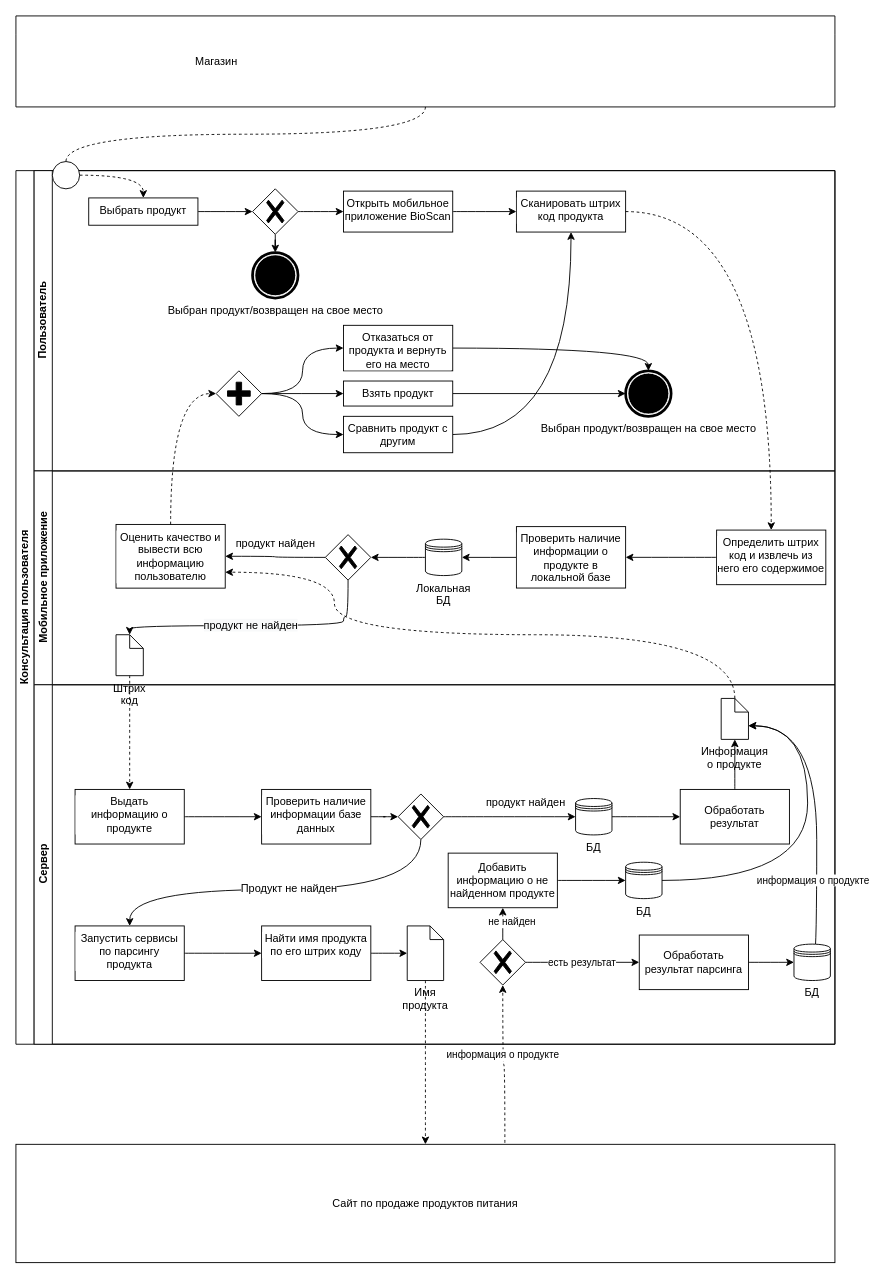
This is 4_course/МиСПИС/BPMN.drawio from tedmon1998/ISiT, a draw.io file, before an edit. Source tidied: cells renumbered, new cells numbered last; positions are measured from the earlier drawing's top-left corner, leaving out a move shared by most shapes. Both pictures are drawn from the tidied source at 91%, with x=0, y=0 at pixel (15, 15).
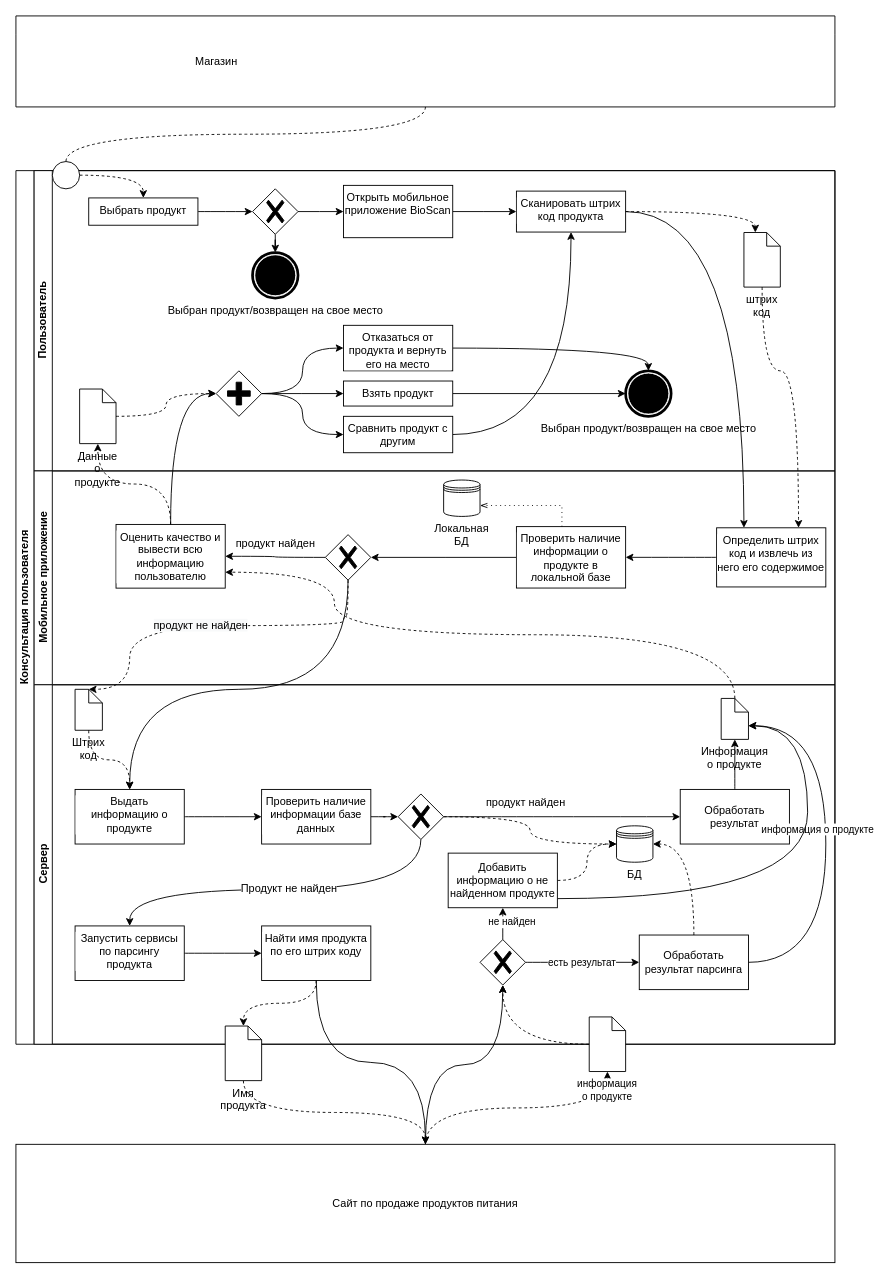
Above is the later version.

Unchanged cells that the change refers to:
```xml
<mxCell id="2" value="Консультация пользователя" style="swimlane;html=1;horizontal=0;startSize=20;whiteSpace=wrap;" parent="1" vertex="1">
  <mxGeometry y="170" width="900" height="960" as="geometry" />
</mxCell>
<mxCell id="3" value="Пользователь" style="swimlane;html=1;startSize=20;horizontal=0;" parent="2" vertex="1">
  <mxGeometry x="20" width="880" height="330" as="geometry" />
</mxCell>
<mxCell id="11" value="Сканировать штрих код продукта" style="whiteSpace=wrap;html=1;verticalAlign=top;labelBackgroundColor=#ffffff;" parent="3" vertex="1">
  <mxGeometry x="530" y="22.5" width="120" height="45" as="geometry" />
</mxCell>
<mxCell id="16" style="points=[[0.25,0.25,0],[0.5,0,0],[0.75,0.25,0],[1,0.5,0],[0.75,0.75,0],[0.5,1,0],[0.25,0.75,0],[0,0.5,0]];shape=mxgraph.bpmn.gateway2;html=1;verticalLabelPosition=bottom;labelBackgroundColor=#ffffff;verticalAlign=top;align=center;perimeter=rhombusPerimeter;outlineConnect=0;outline=none;symbol=none;gwType=parallel;" parent="3" vertex="1">
  <mxGeometry x="200" y="220" width="50" height="50" as="geometry" />
</mxCell>
<mxCell id="24" value="Мобильное приложение" style="swimlane;html=1;startSize=20;horizontal=0;" parent="2" vertex="1">
  <mxGeometry x="20" y="330" width="880" height="235" as="geometry" />
</mxCell>
<mxCell id="28" value="Проверить наличие информации о продукте в локальной базе" style="whiteSpace=wrap;html=1;verticalAlign=top;labelBackgroundColor=#ffffff;" parent="24" vertex="1">
  <mxGeometry x="530" y="61.2" width="120" height="67.5" as="geometry" />
</mxCell>
<mxCell id="32" style="points=[[0.25,0.25,0],[0.5,0,0],[0.75,0.25,0],[1,0.5,0],[0.75,0.75,0],[0.5,1,0],[0.25,0.75,0],[0,0.5,0]];shape=mxgraph.bpmn.gateway2;html=1;verticalLabelPosition=bottom;labelBackgroundColor=#ffffff;verticalAlign=top;align=center;perimeter=rhombusPerimeter;outlineConnect=0;outline=none;symbol=none;gwType=exclusive;" parent="24" vertex="1">
  <mxGeometry x="320" y="70" width="50" height="50" as="geometry" />
</mxCell>
<mxCell id="33" value="Оценить качество и вывести всю информацию пользователю" style="whiteSpace=wrap;html=1;verticalAlign=top;labelBackgroundColor=#ffffff;" parent="24" vertex="1">
  <mxGeometry x="90" y="58.8" width="120" height="70" as="geometry" />
</mxCell>
<mxCell id="42" value="Сервер" style="swimlane;html=1;startSize=20;horizontal=0;" parent="2" vertex="1">
  <mxGeometry x="20" y="565" width="880" height="395" as="geometry" />
</mxCell>
<mxCell id="44" value="Выдать информацию о продукте" style="whiteSpace=wrap;html=1;verticalAlign=top;labelBackgroundColor=#ffffff;" parent="42" vertex="1">
  <mxGeometry x="45" y="115" width="120" height="60" as="geometry" />
</mxCell>
<mxCell id="50" style="points=[[0.25,0.25,0],[0.5,0,0],[0.75,0.25,0],[1,0.5,0],[0.75,0.75,0],[0.5,1,0],[0.25,0.75,0],[0,0.5,0]];shape=mxgraph.bpmn.gateway2;html=1;verticalLabelPosition=bottom;labelBackgroundColor=#ffffff;verticalAlign=top;align=center;perimeter=rhombusPerimeter;outlineConnect=0;outline=none;symbol=none;gwType=exclusive;" parent="42" vertex="1">
  <mxGeometry x="400" y="120" width="50" height="50" as="geometry" />
</mxCell>
<mxCell id="53" value="Обработать результат" style="whiteSpace=wrap;html=1;" parent="42" vertex="1">
  <mxGeometry x="710" y="115" width="120" height="60" as="geometry" />
</mxCell>
<mxCell id="55" value="Информация о продукте" style="shape=mxgraph.bpmn.data;labelPosition=center;verticalLabelPosition=bottom;align=center;verticalAlign=top;whiteSpace=wrap;size=15;html=1;" parent="42" vertex="1">
  <mxGeometry x="755" y="15" width="30" height="45" as="geometry" />
</mxCell>
<mxCell id="60" value="Найти имя продукта по его штрих коду" style="whiteSpace=wrap;html=1;verticalAlign=top;labelBackgroundColor=#ffffff;" parent="42" vertex="1">
  <mxGeometry x="250" y="265" width="120" height="60" as="geometry" />
</mxCell>
<mxCell id="66" value="Обработать результат парсинга" style="whiteSpace=wrap;html=1;" parent="42" vertex="1">
  <mxGeometry x="665" y="275" width="120" height="60" as="geometry" />
</mxCell>
<mxCell id="69" style="points=[[0.25,0.25,0],[0.5,0,0],[0.75,0.25,0],[1,0.5,0],[0.75,0.75,0],[0.5,1,0],[0.25,0.75,0],[0,0.5,0]];shape=mxgraph.bpmn.gateway2;html=1;verticalLabelPosition=bottom;labelBackgroundColor=#ffffff;verticalAlign=top;align=center;perimeter=rhombusPerimeter;outlineConnect=0;outline=none;symbol=none;gwType=exclusive;" parent="42" vertex="1">
  <mxGeometry x="490" y="280" width="50" height="50" as="geometry" />
</mxCell>
<mxCell id="73" value="Добавить информацию о не найденном продукте" style="whiteSpace=wrap;html=1;" parent="42" vertex="1">
  <mxGeometry x="455" y="185" width="120" height="60" as="geometry" />
</mxCell>
<mxCell id="83" value="Сайт по продаже продуктов питания" style="whiteSpace=wrap;html=1;" parent="1" vertex="1">
  <mxGeometry y="1240" width="900" height="130" as="geometry" />
</mxCell>
```

The edit, as a diff of the source:
```diff
@@
     <mxCell id="7" value="Открыть мобильное приложение BioScan" style="whiteSpace=wrap;html=1;verticalAlign=top;labelBackgroundColor=#ffffff;" parent="3" vertex="1">
-      <mxGeometry x="340" y="22.5" width="120" height="45" as="geometry" />
+      <mxGeometry x="340" y="16.2" width="120" height="57.5" as="geometry" />
     </mxCell>
@@
+    <mxCell id="85" style="edgeStyle=orthogonalEdgeStyle;curved=1;rounded=0;jettySize=auto;html=1;entryX=0;entryY=0;entryDx=12.5;entryDy=0;entryPerimeter=0;dashed=1;" parent="3" edge="1" source="11" target="86">
+      <mxGeometry relative="1" as="geometry" />
+    </mxCell>
@@
+    <mxCell id="86" value="штрих код&lt;br&gt;" style="shape=mxgraph.bpmn.data;labelPosition=center;verticalLabelPosition=bottom;align=center;verticalAlign=top;whiteSpace=wrap;size=15;html=1;" parent="3" vertex="1">
+      <mxGeometry x="780" y="68" width="40" height="60" as="geometry" />
+    </mxCell>
+    <mxCell id="87" style="edgeStyle=orthogonalEdgeStyle;curved=1;rounded=0;jettySize=auto;html=1;entryX=0;entryY=0.5;entryDx=0;entryDy=0;entryPerimeter=0;dashed=1;" parent="3" edge="1" source="88" target="16">
+      <mxGeometry relative="1" as="geometry" />
+    </mxCell>
+    <mxCell id="88" value="Данные о продукте" style="shape=mxgraph.bpmn.data;labelPosition=center;verticalLabelPosition=bottom;align=center;verticalAlign=top;whiteSpace=wrap;size=15;html=1;" parent="3" vertex="1">
+      <mxGeometry x="50" y="240" width="40" height="60" as="geometry" />
+    </mxCell>
@@
     <mxCell id="26" value="Определить штрих код и извлечь из него его содержимое" style="whiteSpace=wrap;html=1;verticalAlign=top;labelBackgroundColor=#ffffff;" parent="24" vertex="1">
-      <mxGeometry x="750" y="65" width="120" height="60" as="geometry" />
+      <mxGeometry x="750" y="62.5" width="120" height="65" as="geometry" />
     </mxCell>
-    <mxCell id="27" style="edgeStyle=orthogonalEdgeStyle;curved=1;rounded=0;jettySize=auto;html=1;entryX=1;entryY=0.5;entryDx=0;entryDy=0;endArrow=classic;endFill=1;" parent="24" edge="1" source="28" target="30">
+    <mxCell id="27" style="edgeStyle=orthogonalEdgeStyle;curved=1;rounded=0;jettySize=auto;html=1;endArrow=classic;endFill=1;" parent="24" edge="1" source="28" target="32">
       <mxGeometry relative="1" as="geometry" />
     </mxCell>
@@
-    <mxCell id="29" style="edgeStyle=orthogonalEdgeStyle;curved=1;rounded=0;jettySize=auto;html=1;entryX=1;entryY=0.5;entryDx=0;entryDy=0;entryPerimeter=0;endArrow=classic;endFill=1;" parent="24" edge="1" source="30" target="32">
-      <mxGeometry relative="1" as="geometry" />
-    </mxCell>
     <mxCell id="30" value="Локальная БД" style="shape=datastore;whiteSpace=wrap;html=1;labelPosition=center;verticalLabelPosition=bottom;align=center;verticalAlign=top;" parent="24" vertex="1">
-      <mxGeometry x="430" y="75" width="40" height="40" as="geometry" />
+      <mxGeometry x="450" y="10" width="40" height="40" as="geometry" />
     </mxCell>
@@
-    <mxCell id="35" value="Штрих код" style="shape=mxgraph.bpmn.data;labelPosition=center;verticalLabelPosition=bottom;align=center;verticalAlign=top;whiteSpace=wrap;size=15;html=1;" parent="24" vertex="1">
-      <mxGeometry x="90" y="180" width="30" height="45" as="geometry" />
-    </mxCell>
-    <mxCell id="36" style="edgeStyle=orthogonalEdgeStyle;curved=1;rounded=0;jettySize=auto;html=1;entryX=0;entryY=0;entryDx=15;entryDy=0;entryPerimeter=0;endArrow=classic;endFill=1;exitX=0.5;exitY=1;exitDx=0;exitDy=0;exitPerimeter=0;" parent="24" edge="1" source="32" target="35">
-      <mxGeometry relative="1" as="geometry">
-        <Array as="points">
-          <mxPoint x="345" y="160" />
-          <mxPoint x="340" y="160" />
-          <mxPoint x="340" y="170" />
-          <mxPoint x="105" y="170" />
-        </Array>
-      </mxGeometry>
-    </mxCell>
-    <mxCell id="37" value="&lt;span style=&quot;font-size: 12px; background-color: rgb(248, 249, 250);&quot;&gt;продукт не найден&lt;/span&gt;" style="edgeLabel;html=1;align=center;verticalAlign=middle;" parent="36" vertex="1">
-      <mxGeometry x="0.05" y="-1" relative="1" as="geometry" />
-    </mxCell>
-    <mxCell id="38" style="edgeStyle=orthogonalEdgeStyle;curved=1;rounded=0;jettySize=auto;html=1;endArrow=classic;endFill=1;dashed=1;" parent="2" edge="1" source="11" target="26">
-      <mxGeometry relative="1" as="geometry" />
-    </mxCell>
+    <mxCell id="89" style="edgeStyle=elbowEdgeStyle;fontSize=12;html=1;endFill=0;startFill=0;endSize=6;startSize=6;dashed=1;dashPattern=1 4;endArrow=openThin;startArrow=none;rounded=0;entryX=1;entryY=0.7;entryDx=0;entryDy=0;" parent="24" edge="1" source="28" target="30">
+      <mxGeometry relative="1" as="geometry">
+        <Array as="points">
+          <mxPoint x="580" y="60" />
+        </Array>
+      </mxGeometry>
+    </mxCell>
-    <mxCell id="39" style="edgeStyle=orthogonalEdgeStyle;curved=1;rounded=0;jettySize=auto;html=1;endArrow=classic;endFill=1;dashed=1;entryX=0;entryY=0.5;entryDx=0;entryDy=0;entryPerimeter=0;" parent="2" edge="1" source="33" target="16">
+    <mxCell id="39" style="edgeStyle=orthogonalEdgeStyle;curved=1;rounded=0;jettySize=auto;html=1;endArrow=classic;endFill=1;entryX=0;entryY=0.5;entryDx=0;entryDy=0;entryPerimeter=0;" parent="2" edge="1" source="33" target="16">
       <mxGeometry relative="1" as="geometry" />
     </mxCell>
-    <mxCell id="40" style="edgeStyle=orthogonalEdgeStyle;curved=1;rounded=0;jettySize=auto;html=1;exitX=0.5;exitY=1;exitDx=0;exitDy=0;exitPerimeter=0;entryX=0.5;entryY=0;entryDx=0;entryDy=0;endArrow=classic;endFill=1;dashed=1;" parent="2" edge="1" source="35" target="44">
-      <mxGeometry relative="1" as="geometry" />
-    </mxCell>
@@
-    <mxCell id="47" style="edgeStyle=orthogonalEdgeStyle;curved=1;rounded=0;jettySize=auto;html=1;entryX=0;entryY=0.5;entryDx=0;entryDy=0;endArrow=classic;endFill=1;" parent="42" edge="1" source="50" target="51">
+    <mxCell id="47" style="edgeStyle=orthogonalEdgeStyle;curved=1;rounded=0;jettySize=auto;html=1;entryX=0;entryY=0.5;entryDx=0;entryDy=0;endArrow=classic;endFill=1;" parent="42" edge="1" source="50" target="53">
       <mxGeometry relative="1" as="geometry" />
     </mxCell>
@@
+    <mxCell id="90" style="edgeStyle=orthogonalEdgeStyle;curved=1;rounded=0;jettySize=auto;html=1;entryX=0;entryY=0.5;entryDx=0;entryDy=0;dashed=1;" parent="42" edge="1" source="50" target="51">
+      <mxGeometry relative="1" as="geometry" />
+    </mxCell>
@@
     <mxCell id="51" value="БД" style="shape=datastore;whiteSpace=wrap;html=1;labelPosition=center;verticalLabelPosition=bottom;align=center;verticalAlign=top;" parent="42" vertex="1">
-      <mxGeometry x="595" y="125" width="40" height="40" as="geometry" />
+      <mxGeometry x="640" y="155" width="40" height="40" as="geometry" />
     </mxCell>
@@
-    <mxCell id="54" style="edgeStyle=orthogonalEdgeStyle;curved=1;rounded=0;jettySize=auto;html=1;entryX=0;entryY=0.5;entryDx=0;entryDy=0;endArrow=classic;endFill=1;" parent="42" edge="1" source="51" target="53">
-      <mxGeometry relative="1" as="geometry" />
-    </mxCell>
@@
-    <mxCell id="59" style="edgeStyle=orthogonalEdgeStyle;curved=1;rounded=0;jettySize=auto;html=1;entryX=0;entryY=0.5;entryDx=0;entryDy=0;entryPerimeter=0;endArrow=classic;endFill=1;" parent="42" edge="1" source="60" target="61">
-      <mxGeometry relative="1" as="geometry" />
-    </mxCell>
@@
-    <mxCell id="61" value="Имя продукта" style="shape=mxgraph.bpmn.data;labelPosition=center;verticalLabelPosition=bottom;align=center;verticalAlign=top;whiteSpace=wrap;size=15;html=1;" parent="42" vertex="1">
-      <mxGeometry x="410" y="265" width="40" height="60" as="geometry" />
-    </mxCell>
-    <mxCell id="62" style="edgeStyle=orthogonalEdgeStyle;curved=1;rounded=0;jettySize=auto;html=1;entryX=0;entryY=0;entryDx=30;entryDy=30;entryPerimeter=0;endArrow=classic;endFill=1;exitX=0.5;exitY=0;exitDx=0;exitDy=0;" parent="42" edge="1" source="64" target="55">
-      <mxGeometry relative="1" as="geometry">
-        <Array as="points">
-          <mxPoint x="855" y="295" />
-          <mxPoint x="860" y="295" />
-          <mxPoint x="860" y="45" />
-        </Array>
-      </mxGeometry>
-    </mxCell>
-    <mxCell id="63" value="информация о продукте" style="edgeLabel;html=1;align=center;verticalAlign=middle;points=[];rotation=0;" parent="62" vertex="1">
-      <mxGeometry y="1" relative="1" as="geometry">
-        <mxPoint x="-4" y="74" as="offset" />
-      </mxGeometry>
-    </mxCell>
-    <mxCell id="64" value="БД" style="shape=datastore;whiteSpace=wrap;html=1;labelPosition=center;verticalLabelPosition=bottom;align=center;verticalAlign=top;" parent="42" vertex="1">
-      <mxGeometry x="835" y="285" width="40" height="40" as="geometry" />
-    </mxCell>
-    <mxCell id="65" style="edgeStyle=orthogonalEdgeStyle;curved=1;rounded=0;jettySize=auto;html=1;entryX=0;entryY=0.5;entryDx=0;entryDy=0;endArrow=classic;endFill=1;" parent="42" edge="1" source="66" target="64">
-      <mxGeometry relative="1" as="geometry" />
+    <mxCell id="65" style="edgeStyle=orthogonalEdgeStyle;curved=1;rounded=0;jettySize=auto;html=1;endArrow=classic;endFill=1;entryX=0;entryY=0;entryDx=30;entryDy=30;entryPerimeter=0;exitX=1;exitY=0.5;exitDx=0;exitDy=0;" parent="42" edge="1" source="66" target="55">
+      <mxGeometry relative="1" as="geometry">
+        <Array as="points">
+          <mxPoint x="870" y="305" />
+          <mxPoint x="870" y="45" />
+        </Array>
+      </mxGeometry>
     </mxCell>
+    <mxCell id="82" value="информация о продукте" style="edgeLabel;html=1;align=center;verticalAlign=middle;" parent="65" vertex="1">
+      <mxGeometry x="0.08" y="10" relative="1" as="geometry" />
+    </mxCell>
+    <mxCell id="91" style="edgeStyle=orthogonalEdgeStyle;curved=1;rounded=0;jettySize=auto;html=1;entryX=1;entryY=0.5;entryDx=0;entryDy=0;dashed=1;" parent="42" edge="1" source="66" target="51">
+      <mxGeometry relative="1" as="geometry" />
+    </mxCell>
@@
-    <mxCell id="70" style="edgeStyle=orthogonalEdgeStyle;curved=1;rounded=0;jettySize=auto;html=1;entryX=0;entryY=0;entryDx=30;entryDy=30;entryPerimeter=0;endArrow=classic;endFill=1;" parent="42" edge="1" source="71" target="55">
-      <mxGeometry relative="1" as="geometry">
-        <Array as="points">
-          <mxPoint x="850" y="215" />
-          <mxPoint x="850" y="45" />
-        </Array>
-      </mxGeometry>
-    </mxCell>
-    <mxCell id="71" value="БД" style="shape=datastore;whiteSpace=wrap;html=1;labelPosition=center;verticalLabelPosition=bottom;align=center;verticalAlign=top;" parent="42" vertex="1">
-      <mxGeometry x="650" y="195" width="40" height="40" as="geometry" />
-    </mxCell>
-    <mxCell id="72" style="edgeStyle=orthogonalEdgeStyle;curved=1;rounded=0;jettySize=auto;html=1;entryX=0;entryY=0.5;entryDx=0;entryDy=0;endArrow=classic;endFill=1;" parent="42" edge="1" source="73" target="71">
-      <mxGeometry relative="1" as="geometry" />
+    <mxCell id="72" style="edgeStyle=orthogonalEdgeStyle;curved=1;rounded=0;jettySize=auto;html=1;entryX=0;entryY=0;entryDx=30;entryDy=30;endArrow=classic;endFill=1;entryPerimeter=0;" parent="42" edge="1" source="73" target="55">
+      <mxGeometry relative="1" as="geometry">
+        <Array as="points">
+          <mxPoint x="850" y="235" />
+          <mxPoint x="850" y="45" />
+        </Array>
+      </mxGeometry>
     </mxCell>
+    <mxCell id="92" style="edgeStyle=orthogonalEdgeStyle;curved=1;rounded=0;jettySize=auto;html=1;entryX=0;entryY=0.5;entryDx=0;entryDy=0;dashed=1;" parent="42" edge="1" source="73" target="51">
+      <mxGeometry relative="1" as="geometry" />
+    </mxCell>
@@
+    <mxCell id="35" value="Штрих код" style="shape=mxgraph.bpmn.data;labelPosition=center;verticalLabelPosition=bottom;align=center;verticalAlign=top;whiteSpace=wrap;size=15;html=1;" parent="42" vertex="1">
+      <mxGeometry x="45" y="5" width="30" height="45" as="geometry" />
+    </mxCell>
+    <mxCell id="40" style="edgeStyle=orthogonalEdgeStyle;curved=1;rounded=0;jettySize=auto;html=1;exitX=0.5;exitY=1;exitDx=0;exitDy=0;exitPerimeter=0;entryX=0.5;entryY=0;entryDx=0;entryDy=0;endArrow=classic;endFill=1;dashed=1;" parent="42" edge="1" source="35" target="44">
+      <mxGeometry relative="1" as="geometry" />
+    </mxCell>
+    <mxCell id="93" style="edgeStyle=orthogonalEdgeStyle;curved=1;rounded=0;jettySize=auto;html=1;endArrow=classic;endFill=1;dashed=1;" parent="2" edge="1" source="86" target="26">
+      <mxGeometry relative="1" as="geometry">
+        <Array as="points">
+          <mxPoint x="820" y="220" />
+          <mxPoint x="860" y="220" />
+        </Array>
+      </mxGeometry>
+    </mxCell>
+    <mxCell id="38" style="endArrow=classic;html=1;rounded=0;edgeStyle=orthogonalEdgeStyle;curved=1;" parent="2" edge="1" source="11" target="26">
+      <mxGeometry relative="1" as="geometry">
+        <Array as="points">
+          <mxPoint x="800" y="45" />
+        </Array>
+      </mxGeometry>
+    </mxCell>
+    <mxCell id="94" style="edgeStyle=orthogonalEdgeStyle;curved=1;rounded=0;jettySize=auto;html=1;entryX=0.5;entryY=0;entryDx=0;entryDy=0;" parent="2" edge="1" source="32" target="44">
+      <mxGeometry relative="1" as="geometry">
+        <Array as="points">
+          <mxPoint x="365" y="570" />
+          <mxPoint x="125" y="570" />
+        </Array>
+      </mxGeometry>
+    </mxCell>
+    <mxCell id="36" style="edgeStyle=orthogonalEdgeStyle;curved=1;rounded=0;jettySize=auto;html=1;entryX=0;entryY=0;entryDx=15;entryDy=0;entryPerimeter=0;endArrow=classic;endFill=1;exitX=0.5;exitY=1;exitDx=0;exitDy=0;exitPerimeter=0;dashed=1;" parent="2" edge="1" source="32" target="35">
+      <mxGeometry relative="1" as="geometry">
+        <Array as="points">
+          <mxPoint x="365" y="490" />
+          <mxPoint x="360" y="490" />
+          <mxPoint x="360" y="500" />
+          <mxPoint x="125" y="500" />
+        </Array>
+      </mxGeometry>
+    </mxCell>
+    <mxCell id="37" value="&lt;span style=&quot;font-size: 12px; background-color: rgb(248, 249, 250);&quot;&gt;продукт не найден&lt;/span&gt;" style="edgeLabel;html=1;align=center;verticalAlign=middle;" parent="36" vertex="1">
+      <mxGeometry x="0.05" y="-1" relative="1" as="geometry" />
+    </mxCell>
+    <mxCell id="95" style="edgeStyle=orthogonalEdgeStyle;curved=1;rounded=0;jettySize=auto;html=1;dashed=1;" parent="2" edge="1" source="33" target="88">
+      <mxGeometry relative="1" as="geometry" />
+    </mxCell>
@@
+    <mxCell id="96" style="edgeStyle=orthogonalEdgeStyle;curved=1;rounded=0;jettySize=auto;html=1;entryX=0.5;entryY=1;entryDx=0;entryDy=0;entryPerimeter=0;dashed=1;" parent="1" edge="1" source="83" target="63">
+      <mxGeometry relative="1" as="geometry" />
+    </mxCell>
-    <mxCell id="81" style="edgeStyle=orthogonalEdgeStyle;curved=1;rounded=0;jettySize=auto;html=1;entryX=0.5;entryY=1;entryDx=0;entryDy=0;dashed=1;endArrow=classic;endFill=1;exitX=0.597;exitY=-0.013;exitDx=0;exitDy=0;entryPerimeter=0;exitPerimeter=0;" parent="1" edge="1" source="83" target="69">
+    <mxCell id="81" style="edgeStyle=orthogonalEdgeStyle;curved=1;rounded=0;jettySize=auto;html=1;entryX=0.5;entryY=1;entryDx=0;entryDy=0;entryPerimeter=0;" parent="1" edge="1" source="83" target="69">
       <mxGeometry relative="1" as="geometry" />
     </mxCell>
-    <mxCell id="82" value="информация о продукте" style="edgeLabel;html=1;align=center;verticalAlign=middle;" parent="81" vertex="1">
-      <mxGeometry x="0.13" y="1" relative="1" as="geometry" />
-    </mxCell>
@@
+    <mxCell id="59" style="edgeStyle=orthogonalEdgeStyle;curved=1;rounded=0;jettySize=auto;html=1;entryX=0.5;entryY=0;entryDx=0;entryDy=0;endArrow=classic;endFill=1;" parent="1" edge="1" source="60" target="83">
+      <mxGeometry relative="1" as="geometry" />
+    </mxCell>
+    <mxCell id="61" value="Имя продукта" style="shape=mxgraph.bpmn.data;labelPosition=center;verticalLabelPosition=bottom;align=center;verticalAlign=top;whiteSpace=wrap;size=15;html=1;" parent="1" vertex="1">
+      <mxGeometry x="230" y="1110" width="40" height="60" as="geometry" />
+    </mxCell>
+    <mxCell id="97" style="edgeStyle=orthogonalEdgeStyle;curved=1;rounded=0;jettySize=auto;html=1;entryX=0.5;entryY=0;entryDx=0;entryDy=0;entryPerimeter=0;dashed=1;" parent="1" edge="1" source="60" target="61">
+      <mxGeometry relative="1" as="geometry" />
+    </mxCell>
+    <mxCell id="98" style="edgeStyle=orthogonalEdgeStyle;curved=1;rounded=0;jettySize=auto;html=1;entryX=0.5;entryY=1;entryDx=0;entryDy=0;entryPerimeter=0;dashed=1;" parent="1" edge="1" source="63" target="69">
+      <mxGeometry relative="1" as="geometry" />
+    </mxCell>
+    <mxCell id="63" value="&lt;span style=&quot;font-size: 11px; background-color: rgb(255, 255, 255);&quot;&gt;информация о продукте&lt;/span&gt;" style="shape=mxgraph.bpmn.data;labelPosition=center;verticalLabelPosition=bottom;align=center;verticalAlign=top;whiteSpace=wrap;size=15;html=1;" parent="1" vertex="1">
+      <mxGeometry x="630" y="1100" width="40" height="60" as="geometry" />
+    </mxCell>
```
